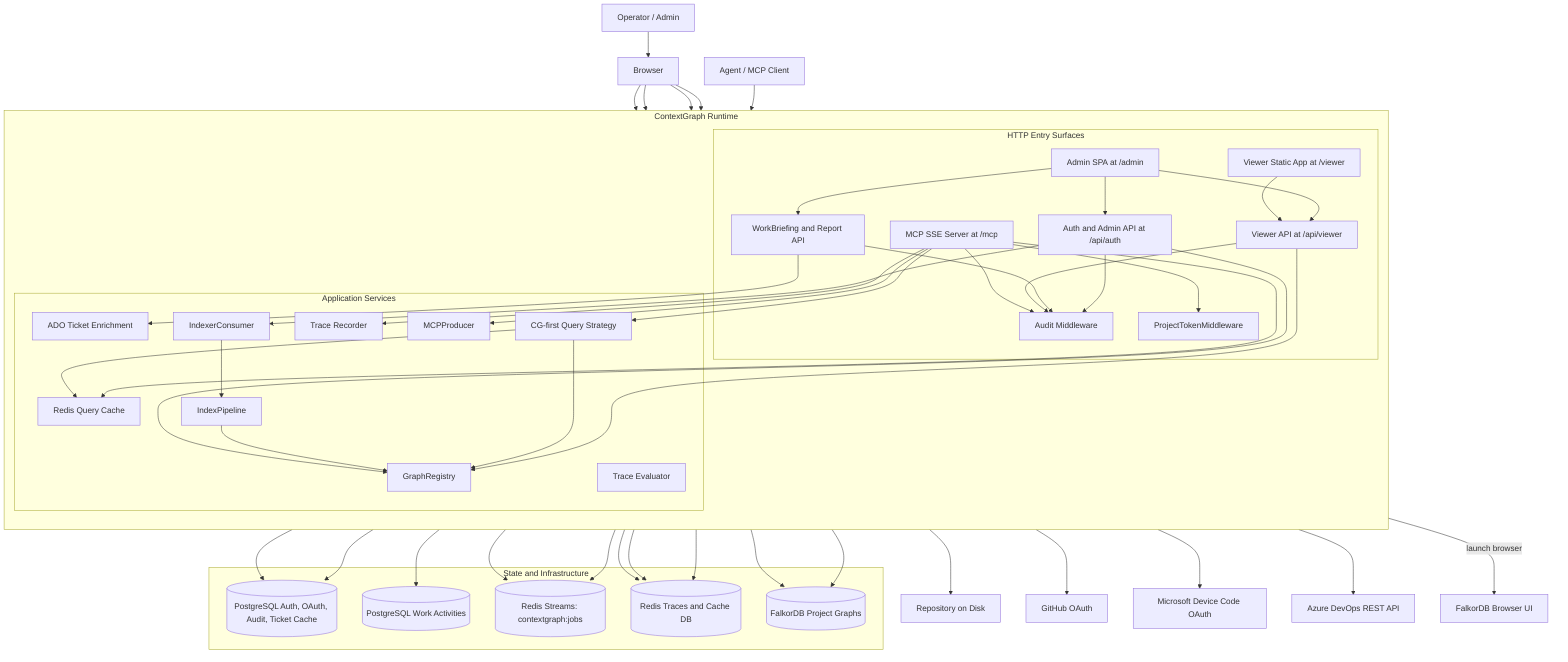
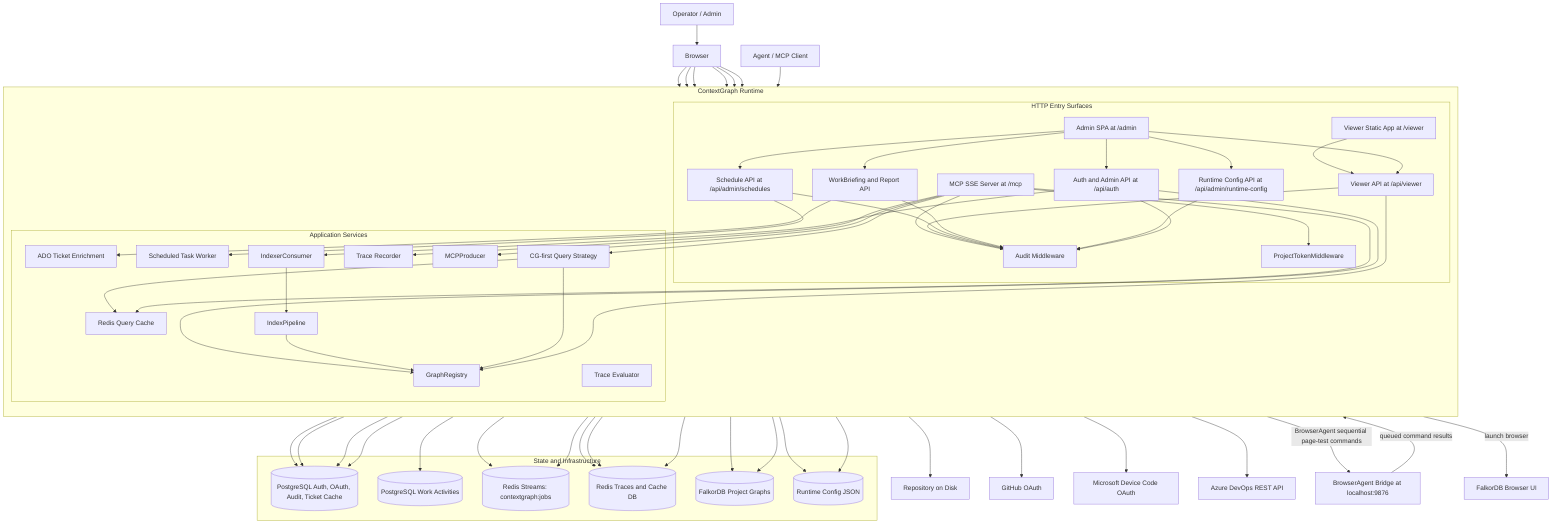
flowchart TB
    Operator[Operator / Admin]
    Browser[Browser]
    AgentClient[Agent / MCP Client]
    GitRepo[Repository on Disk]
    GitHub[GitHub OAuth]
    Microsoft[Microsoft Device Code OAuth]
    AzureDevOps[Azure DevOps REST API]
+     BrowserAgentBridge[BrowserAgent Bridge at localhost:9876]
    FdbBrowser[FalkorDB Browser UI]

    subgraph Runtime[ContextGraph Runtime]
        direction TB

        subgraph Entry[HTTP Entry Surfaces]
            AdminSPA[Admin SPA at /admin]
            ViewerStatic[Viewer Static App at /viewer]
            AuthAPI[Auth and Admin API at /api/auth]
+             RuntimeConfigAPI[Runtime Config API at /api/admin/runtime-config]
            WorkBriefingAPI[WorkBriefing and Report API]
+             ScheduleAPI[Schedule API at /api/admin/schedules]
            ViewerAPI[Viewer API at /api/viewer]
            MCPServer[MCP SSE Server at /mcp]
            AuditMW[Audit Middleware]
            TokenMW[ProjectTokenMiddleware]
        end

        subgraph Services[Application Services]
            GraphRegistry[GraphRegistry]
            QueryStrategy[CG-first Query Strategy]
            JobProducer[MCPProducer]
            JobConsumer[IndexerConsumer]
            IndexPipeline[IndexPipeline]
            QueryCache[Redis Query Cache]
            TraceRecorder[Trace Recorder]
            TraceEvaluator[Trace Evaluator]
            AdoEnrichment[ADO Ticket Enrichment]
+             ScheduledTaskWorker[Scheduled Task Worker]
        end
    end

    subgraph State[State and Infrastructure]
        AuthDB[(PostgreSQL Auth, OAuth, Audit, Ticket Cache)]
        WorkDB[(PostgreSQL Work Activities)]
        JobStream[(Redis Streams: contextgraph:jobs)]
        TraceStream[(Redis Traces and Cache DB)]
        Falkor[(FalkorDB Project Graphs)]
+         RuntimeConfigFile[(Runtime Config JSON)]
    end

    Operator --> Browser
    Browser --> AdminSPA
    Browser --> ViewerStatic
    Browser --> AuthAPI
+     Browser --> RuntimeConfigAPI
    Browser --> WorkBriefingAPI
+     Browser --> ScheduleAPI
    AgentClient --> MCPServer

    AuthAPI --> AuditMW
+     RuntimeConfigAPI --> AuditMW
    WorkBriefingAPI --> AuditMW
+     ScheduleAPI --> AuditMW
    ViewerAPI --> AuditMW
    MCPServer --> AuditMW
    MCPServer --> TokenMW

    AdminSPA --> AuthAPI
+     AdminSPA --> RuntimeConfigAPI
    AdminSPA --> WorkBriefingAPI
+     AdminSPA --> ScheduleAPI
    AdminSPA --> ViewerAPI
    AdminSPA -->|launch browser| FdbBrowser
    ViewerStatic --> ViewerAPI

    AuthAPI --> AuthDB
+     AuthAPI --> RuntimeConfigFile
+     RuntimeConfigAPI --> RuntimeConfigFile
    AuthAPI --> GitHub
    AuthAPI --> Microsoft
    WorkBriefingAPI --> WorkDB
    WorkBriefingAPI --> AdoEnrichment
+     ScheduleAPI --> AuthDB
+     ScheduleAPI --> ScheduledTaskWorker
+     ScheduledTaskWorker --> AuthDB
+     ScheduledTaskWorker -->|BrowserAgent sequential page-test commands| BrowserAgentBridge
+     BrowserAgentBridge -->|queued command results| ScheduledTaskWorker
    AdoEnrichment --> AuthDB
    AdoEnrichment --> AzureDevOps
    ViewerAPI --> GraphRegistry
    MCPServer --> QueryStrategy
    MCPServer --> QueryCache
    MCPServer --> TraceRecorder
    MCPServer --> JobProducer

    QueryStrategy --> GraphRegistry
    QueryStrategy --> QueryCache
    GraphRegistry --> Falkor

    JobProducer --> JobStream
    JobConsumer --> JobStream
    JobConsumer --> IndexPipeline
    IndexPipeline --> GitRepo
    IndexPipeline --> GraphRegistry

    QueryCache --> TraceStream
    TraceRecorder --> TraceStream
    TraceEvaluator --> TraceStream
    TraceEvaluator --> Falkor

    AuthAPI --> JobConsumer
    AuthAPI --> GraphRegistry
